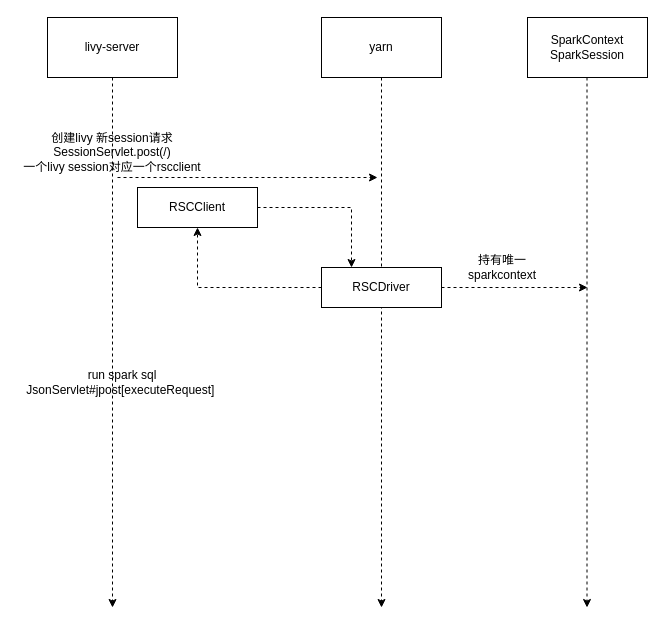
yuhuali1989/ui keeps this draw.io diagram as livy-design.drawio. Above is the earlier version. Source tidied: cells renumbered, new cells numbered last; positions are measured from the earlier drawing's top-left corner, leaving out a move shared by most shapes. Both pictures are drawn from the tidied source at 100%, with x=0, y=0 at pixel (17, 17).
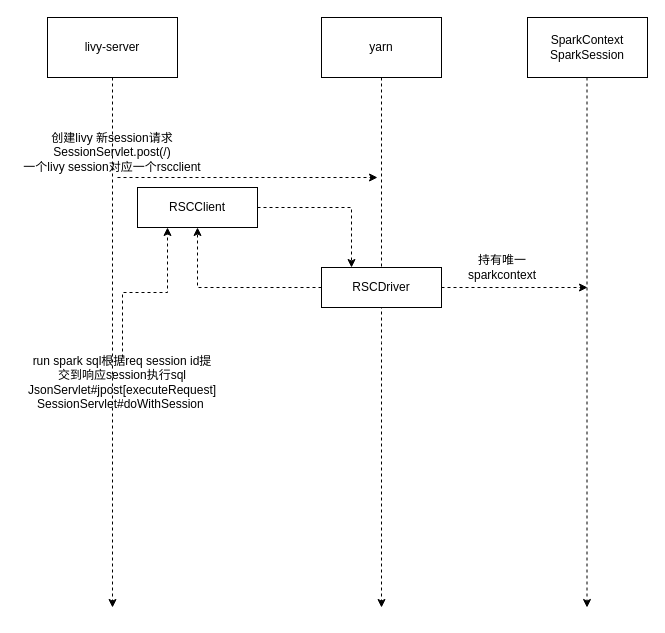
The same diagram, later.

Unchanged cells that the change refers to:
```xml
<mxCell id="12" value="RSCClient" style="rounded=0;whiteSpace=wrap;html=1;strokeColor=#000000;" parent="1" vertex="1">
  <mxGeometry x="120" y="170" width="120" height="40" as="geometry" />
</mxCell>
```

The edit, as a diff of the source:
```diff
@@
+    <mxCell id="17" style="edgeStyle=orthogonalEdgeStyle;rounded=0;jettySize=auto;html=1;entryX=0.25;entryY=1;entryDx=0;entryDy=0;dashed=1;" parent="1" edge="1" source="16" target="12">
+      <mxGeometry relative="1" as="geometry" />
+    </mxCell>
-    <mxCell id="16" value="run spark sql&lt;br&gt;JsonServlet#jpost[executeRequest]&amp;nbsp;" style="text;html=1;strokeColor=none;fillColor=none;align=center;verticalAlign=middle;whiteSpace=wrap;rounded=0;" parent="1" vertex="1">
+    <mxCell id="16" value="run spark sql根据req session id提交到响应session执行sql&lt;br&gt;JsonServlet#jpost[executeRequest]&lt;br&gt;SessionServlet#doWithSession&amp;nbsp;" style="text;html=1;strokeColor=none;fillColor=none;align=center;verticalAlign=middle;whiteSpace=wrap;rounded=0;" parent="1" vertex="1">
       <mxGeometry x="10" y="340" width="190" height="50" as="geometry" />
     </mxCell>
```
